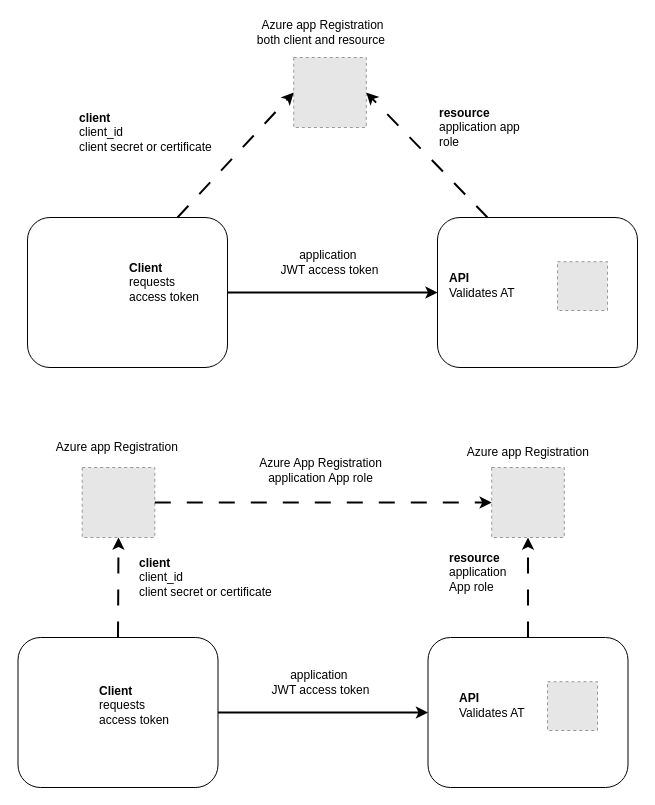
damienbod/GrpcAzureAppServiceAppAuth keeps this draw.io diagram as images/single_app_registration_01.drawio. Above is the earlier version. Source tidied: cells renumbered, new cells numbered last; positions are measured from the earlier drawing's top-left corner, leaving out a move shared by most shapes. Both pictures are drawn from the tidied source at 100%, with x=0, y=0 at pixel (17, 17). Pictures stored in the file or linked from it are replaced by grey dashed boxes.
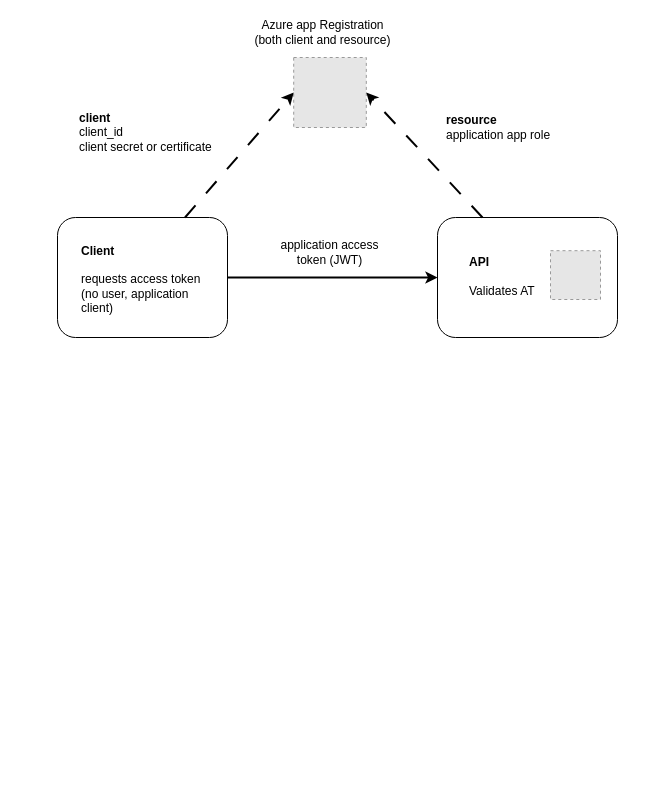
After the change.

Diff of the diagram source:
```diff
@@
     <mxCell id="2" style="rounded=1;whiteSpace=wrap;html=1;" parent="1" vertex="1">
-      <mxGeometry x="10" y="200" width="200" height="150" as="geometry" />
+      <mxGeometry x="40" y="200" width="170" height="120" as="geometry" />
     </mxCell>
     <mxCell id="3" style="rounded=1;whiteSpace=wrap;html=1;" parent="1" vertex="1">
-      <mxGeometry x="420" y="200" width="200" height="150" as="geometry" />
+      <mxGeometry x="420" y="200" width="180" height="120" as="geometry" />
     </mxCell>
@@
-    <mxCell id="5" value="&lt;b&gt;API&lt;/b&gt;&lt;div&gt;Validates AT&lt;/div&gt;" style="text;html=1;align=left;verticalAlign=middle;whiteSpace=wrap;rounded=0;" parent="1" vertex="1">
-      <mxGeometry x="430" y="243" width="100" height="50" as="geometry" />
+    <mxCell id="5" value="&lt;b&gt;API&lt;/b&gt;&lt;div&gt;&lt;span style=&quot;background-color: initial;&quot;&gt;&lt;br&gt;&lt;/span&gt;&lt;/div&gt;&lt;div&gt;&lt;span style=&quot;background-color: initial;&quot;&gt;Validates AT&lt;/span&gt;&lt;/div&gt;" style="text;html=1;align=left;verticalAlign=middle;whiteSpace=wrap;rounded=0;" parent="1" vertex="1">
+      <mxGeometry x="450" y="234" width="80" height="50" as="geometry" />
     </mxCell>
-    <mxCell id="6" value="&lt;b&gt;Client&lt;/b&gt;&lt;div&gt;requests access token&lt;/div&gt;" style="text;html=1;align=left;verticalAlign=middle;whiteSpace=wrap;rounded=0;" parent="1" vertex="1">
-      <mxGeometry x="110" y="240" width="80" height="50" as="geometry" />
+    <mxCell id="6" value="&lt;b&gt;Client&lt;/b&gt;&lt;div&gt;&lt;b&gt;&lt;br&gt;&lt;/b&gt;&lt;div&gt;requests access token&lt;/div&gt;&lt;/div&gt;&lt;div&gt;(no user, application client)&lt;/div&gt;" style="text;html=1;align=left;verticalAlign=middle;whiteSpace=wrap;rounded=0;" parent="1" vertex="1">
+      <mxGeometry x="62" y="222" width="130" height="80" as="geometry" />
     </mxCell>
-    <mxCell id="7" value="application&amp;nbsp;&lt;div&gt;JWT access token&lt;/div&gt;" style="text;html=1;align=center;verticalAlign=middle;whiteSpace=wrap;rounded=0;" parent="1" vertex="1">
-      <mxGeometry x="250" y="230" width="125" height="30" as="geometry" />
+    <mxCell id="7" value="application&amp;nbsp;&lt;span style=&quot;background-color: initial;&quot;&gt;access token (JWT)&lt;/span&gt;" style="text;html=1;align=center;verticalAlign=middle;whiteSpace=wrap;rounded=0;" parent="1" vertex="1">
+      <mxGeometry x="250" y="220" width="125" height="30" as="geometry" />
     </mxCell>
@@
     <mxCell id="12" value="&lt;div style=&quot;&quot;&gt;&lt;span style=&quot;background-color: initial;&quot;&gt;&lt;b&gt;resource&lt;/b&gt;&lt;/span&gt;&lt;/div&gt;&lt;div&gt;application app role&lt;/div&gt;" style="text;html=1;align=left;verticalAlign=middle;whiteSpace=wrap;rounded=0;" parent="1" vertex="1">
-      <mxGeometry x="420" y="80" width="100" height="60" as="geometry" />
+      <mxGeometry x="427" y="80" width="123" height="60" as="geometry" />
     </mxCell>
     <mxCell id="13" style="fillColor=#E6E6E6;strokeColor=#999999;dashed=1;verticalLabelPosition=bottom;labelBackgroundColor=default;verticalAlign=top;" parent="1" vertex="1">
-      <mxGeometry x="540" y="244.2" width="50" height="48.8" as="geometry" />
+      <mxGeometry x="533" y="233.2" width="50" height="48.8" as="geometry" />
     </mxCell>
-    <mxCell id="14" value="Azure app Registration&lt;div&gt;both client and resource&amp;nbsp;&lt;/div&gt;" style="text;html=1;align=center;verticalAlign=middle;whiteSpace=wrap;rounded=0;" parent="1" vertex="1">
+    <mxCell id="14" value="Azure app Registration&lt;div&gt;(both client and resource)&lt;/div&gt;" style="text;html=1;align=center;verticalAlign=middle;whiteSpace=wrap;rounded=0;" parent="1" vertex="1">
       <mxGeometry x="228" width="155" height="30" as="geometry" />
     </mxCell>
-    <mxCell id="15" style="rounded=1;whiteSpace=wrap;html=1;" parent="1" vertex="1">
-      <mxGeometry x="0.5" y="620" width="200" height="150" as="geometry" />
-    </mxCell>
-    <mxCell id="16" style="rounded=1;whiteSpace=wrap;html=1;" parent="1" vertex="1">
-      <mxGeometry x="410.5" y="620" width="200" height="150" as="geometry" />
-    </mxCell>
-    <mxCell id="17" style="endArrow=classic;html=1;rounded=0;exitX=1;exitY=0.5;exitDx=0;exitDy=0;entryX=0;entryY=0.5;entryDx=0;entryDy=0;strokeWidth=2;" parent="1" edge="1" source="15" target="16">
-      <mxGeometry relative="1" as="geometry" />
-    </mxCell>
-    <mxCell id="18" value="&lt;b&gt;API&lt;/b&gt;&lt;div&gt;Validates AT&lt;/div&gt;" style="text;html=1;align=left;verticalAlign=middle;whiteSpace=wrap;rounded=0;" parent="1" vertex="1">
-      <mxGeometry x="440" y="663" width="100" height="50" as="geometry" />
-    </mxCell>
-    <mxCell id="19" value="&lt;b&gt;Client&lt;/b&gt;&lt;div&gt;requests access token&lt;/div&gt;" style="text;html=1;align=left;verticalAlign=middle;whiteSpace=wrap;rounded=0;" parent="1" vertex="1">
-      <mxGeometry x="80" y="663" width="80" height="50" as="geometry" />
-    </mxCell>
-    <mxCell id="20" value="application&amp;nbsp;&lt;div&gt;JWT access token&lt;/div&gt;" style="text;html=1;align=center;verticalAlign=middle;whiteSpace=wrap;rounded=0;" parent="1" vertex="1">
-      <mxGeometry x="240.5" y="650" width="125" height="30" as="geometry" />
-    </mxCell>
-    <mxCell id="21" style="fillColor=#E6E6E6;strokeColor=#999999;dashed=1;verticalLabelPosition=bottom;labelBackgroundColor=default;verticalAlign=top;" parent="1" vertex="1">
-      <mxGeometry x="64.7" y="450" width="72.6" height="70" as="geometry" />
-    </mxCell>
-    <mxCell id="22" style="endArrow=classic;html=1;rounded=0;entryX=0.5;entryY=1;entryDx=0;entryDy=0;exitX=0.5;exitY=0;exitDx=0;exitDy=0;strokeWidth=2;dashed=1;dashPattern=8 8;" parent="1" edge="1" source="15" target="21">
-      <mxGeometry relative="1" as="geometry" />
-    </mxCell>
-    <mxCell id="23" style="endArrow=classic;html=1;rounded=0;entryX=0.5;entryY=1;entryDx=0;entryDy=0;strokeWidth=2;dashed=1;dashPattern=8 8;exitX=0.5;exitY=0;exitDx=0;exitDy=0;" parent="1" edge="1" source="16" target="27">
-      <mxGeometry relative="1" as="geometry" />
-    </mxCell>
-    <mxCell id="24" value="&lt;div style=&quot;&quot;&gt;&lt;span style=&quot;background-color: initial;&quot;&gt;&lt;b&gt;client&lt;/b&gt;&lt;/span&gt;&lt;/div&gt;&lt;div style=&quot;&quot;&gt;client_id&lt;/div&gt;&lt;div style=&quot;&quot;&gt;client secret or certificate&lt;/div&gt;" style="text;html=1;align=left;verticalAlign=middle;whiteSpace=wrap;rounded=0;" parent="1" vertex="1">
-      <mxGeometry x="120" y="535" width="140" height="50" as="geometry" />
-    </mxCell>
-    <mxCell id="25" value="&lt;div style=&quot;&quot;&gt;&lt;span style=&quot;background-color: initial;&quot;&gt;&lt;b&gt;resource&lt;/b&gt;&lt;/span&gt;&lt;/div&gt;&lt;div&gt;application&amp;nbsp;&lt;/div&gt;&lt;div&gt;App role&lt;/div&gt;" style="text;html=1;align=left;verticalAlign=middle;whiteSpace=wrap;rounded=0;" parent="1" vertex="1">
-      <mxGeometry x="430" y="525" width="70" height="60" as="geometry" />
-    </mxCell>
-    <mxCell id="26" style="fillColor=#E6E6E6;strokeColor=#999999;dashed=1;verticalLabelPosition=bottom;labelBackgroundColor=default;verticalAlign=top;" parent="1" vertex="1">
-      <mxGeometry x="530" y="664.2" width="50" height="48.8" as="geometry" />
-    </mxCell>
-    <mxCell id="27" style="fillColor=#E6E6E6;strokeColor=#999999;dashed=1;verticalLabelPosition=bottom;labelBackgroundColor=default;verticalAlign=top;" parent="1" vertex="1">
-      <mxGeometry x="474.2" y="450" width="72.6" height="70" as="geometry" />
-    </mxCell>
-    <mxCell id="28" value="Azure app Registration&lt;span style=&quot;background-color: initial;&quot;&gt;&amp;nbsp;&lt;/span&gt;" style="text;html=1;align=center;verticalAlign=middle;whiteSpace=wrap;rounded=0;" parent="1" vertex="1">
-      <mxGeometry x="23.5" y="420" width="155" height="20" as="geometry" />
-    </mxCell>
-    <mxCell id="29" value="Azure app Registration&lt;span style=&quot;background-color: initial;&quot;&gt;&amp;nbsp;&lt;/span&gt;" style="text;html=1;align=center;verticalAlign=middle;whiteSpace=wrap;rounded=0;" parent="1" vertex="1">
-      <mxGeometry x="435" y="425" width="155" height="20" as="geometry" />
-    </mxCell>
-    <mxCell id="30" style="endArrow=classic;html=1;rounded=0;entryX=0;entryY=0.5;entryDx=0;entryDy=0;strokeWidth=2;dashed=1;dashPattern=8 8;" parent="1" edge="1" source="21" target="27">
-      <mxGeometry relative="1" as="geometry" />
-    </mxCell>
-    <mxCell id="31" value="Azure App Registration application App role" style="text;html=1;align=center;verticalAlign=middle;whiteSpace=wrap;rounded=0;" parent="1" vertex="1">
-      <mxGeometry x="225.5" y="440" width="155" height="26" as="geometry" />
-    </mxCell>
```
